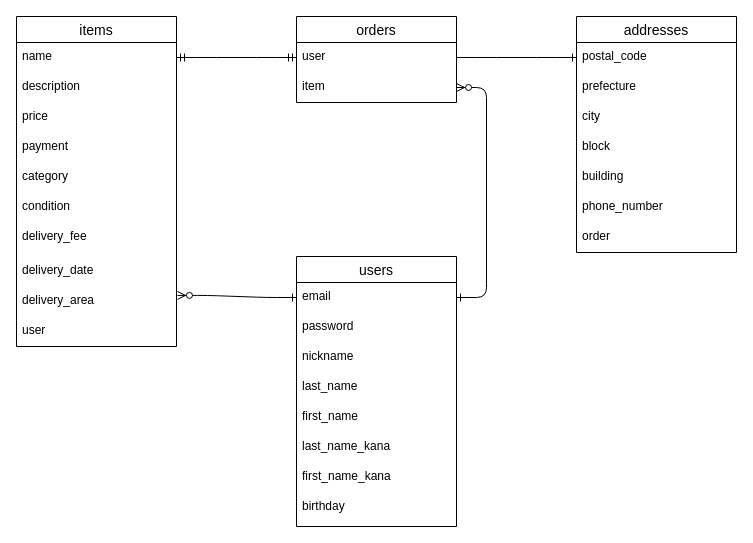
Earlier version of the draw.io diagram furima-39779.dio (cloudygraysky/furima-39779). Source tidied: cells renumbered, new cells numbered last; positions are measured from the earlier drawing's top-left corner, leaving out a move shared by most shapes. Both pictures are drawn from the tidied source at 100%, with x=0, y=0 at pixel (16, 16).
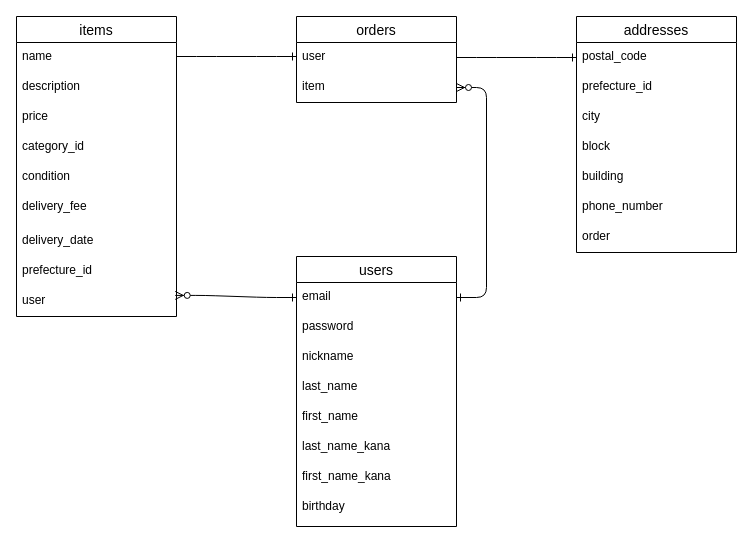
After the change.

Commit message (it also covers changes not shown here):
データベース設計修正01

Unchanged cells that the change refers to:
```xml
<mxCell id="3" value="email" style="text;strokeColor=none;fillColor=none;spacingLeft=4;spacingRight=4;overflow=hidden;points=[[0,0.5],[1,0.5]];portConstraint=eastwest;fontSize=12;" parent="2" vertex="1">
  <mxGeometry y="26" width="160" height="30" as="geometry" />
</mxCell>
<mxCell id="12" value="user" style="text;strokeColor=none;fillColor=none;spacingLeft=4;spacingRight=4;overflow=hidden;points=[[0,0.5],[1,0.5]];portConstraint=eastwest;fontSize=12;" parent="11" vertex="1">
  <mxGeometry y="26" width="160" height="30" as="geometry" />
</mxCell>
<mxCell id="15" value="name" style="text;strokeColor=none;fillColor=none;spacingLeft=4;spacingRight=4;overflow=hidden;points=[[0,0.5],[1,0.5]];portConstraint=eastwest;fontSize=12;" parent="14" vertex="1">
  <mxGeometry y="26" width="160" height="30" as="geometry" />
</mxCell>
<mxCell id="25" value="addresses" style="swimlane;fontStyle=0;horizontal=1;startSize=26;align=center;fontSize=14;" parent="1" vertex="1">
  <mxGeometry x="560" width="160" height="236" as="geometry" />
</mxCell>
<mxCell id="26" value="postal_code" style="text;strokeColor=none;fillColor=none;spacingLeft=4;spacingRight=4;overflow=hidden;points=[[0,0.5],[1,0.5]];portConstraint=eastwest;fontSize=12;" parent="25" vertex="1">
  <mxGeometry y="26" width="160" height="30" as="geometry" />
</mxCell>
```

Diff of the diagram source:
```diff
@@
     <mxCell id="14" value="items" style="swimlane;fontStyle=0;horizontal=1;startSize=26;align=center;fontSize=14;" parent="1" vertex="1">
-      <mxGeometry width="160" height="330" as="geometry" />
+      <mxGeometry width="160" height="300" as="geometry" />
     </mxCell>
@@
-    <mxCell id="18" value="payment" style="text;strokeColor=none;fillColor=none;spacingLeft=4;spacingRight=4;overflow=hidden;fontSize=12;" parent="14" vertex="1">
-      <mxGeometry y="116" width="160" height="30" as="geometry" />
-    </mxCell>
-    <mxCell id="19" value="category" style="text;strokeColor=none;fillColor=none;spacingLeft=4;spacingRight=4;overflow=hidden;fontSize=12;" parent="14" vertex="1">
-      <mxGeometry y="146" width="160" height="30" as="geometry" />
+    <mxCell id="19" value="category_id" style="text;strokeColor=none;fillColor=none;spacingLeft=4;spacingRight=4;overflow=hidden;fontSize=12;" parent="14" vertex="1">
+      <mxGeometry y="116" width="160" height="30" as="geometry" />
     </mxCell>
     <mxCell id="20" value="condition" style="text;strokeColor=none;fillColor=none;spacingLeft=4;spacingRight=4;overflow=hidden;fontSize=12;" parent="14" vertex="1">
-      <mxGeometry y="176" width="160" height="30" as="geometry" />
+      <mxGeometry y="146" width="160" height="30" as="geometry" />
     </mxCell>
     <mxCell id="21" value="delivery_fee" style="text;strokeColor=none;fillColor=none;spacingLeft=4;spacingRight=4;overflow=hidden;fontSize=12;" parent="14" vertex="1">
-      <mxGeometry y="206" width="160" height="34" as="geometry" />
+      <mxGeometry y="176" width="160" height="34" as="geometry" />
     </mxCell>
     <mxCell id="22" value="delivery_date" style="text;strokeColor=none;fillColor=none;spacingLeft=4;spacingRight=4;overflow=hidden;fontSize=12;" parent="14" vertex="1">
-      <mxGeometry y="240" width="160" height="30" as="geometry" />
+      <mxGeometry y="210" width="160" height="30" as="geometry" />
     </mxCell>
-    <mxCell id="23" value="delivery_area" style="text;strokeColor=none;fillColor=none;spacingLeft=4;spacingRight=4;overflow=hidden;points=[[0,0.5],[1,0.5]];portConstraint=eastwest;fontSize=12;" parent="14" vertex="1">
-      <mxGeometry y="270" width="160" height="30" as="geometry" />
+    <mxCell id="23" value="prefecture_id" style="text;strokeColor=none;fillColor=none;spacingLeft=4;spacingRight=4;overflow=hidden;points=[[0,0.5],[1,0.5]];portConstraint=eastwest;fontSize=12;" parent="14" vertex="1">
+      <mxGeometry y="240" width="160" height="30" as="geometry" />
     </mxCell>
     <mxCell id="24" value="user" style="text;strokeColor=none;fillColor=none;spacingLeft=4;spacingRight=4;overflow=hidden;points=[[0,0.5],[1,0.5]];portConstraint=eastwest;fontSize=12;" parent="14" vertex="1">
-      <mxGeometry y="300" width="160" height="30" as="geometry" />
+      <mxGeometry y="270" width="160" height="30" as="geometry" />
     </mxCell>
@@
-    <mxCell id="27" value="prefecture" style="text;strokeColor=none;fillColor=none;spacingLeft=4;spacingRight=4;overflow=hidden;fontSize=12;" parent="25" vertex="1">
+    <mxCell id="27" value="prefecture_id" style="text;strokeColor=none;fillColor=none;spacingLeft=4;spacingRight=4;overflow=hidden;fontSize=12;" parent="25" vertex="1">
       <mxGeometry y="56" width="160" height="30" as="geometry" />
     </mxCell>
@@
-    <mxCell id="33" style="edgeStyle=entityRelationEdgeStyle;endArrow=ERzeroToMany;startArrow=ERone;endFill=1;startFill=0;entryX=1.006;entryY=0.297;entryDx=0;entryDy=0;entryPerimeter=0;exitX=0;exitY=0.5;exitDx=0;exitDy=0;" parent="1" edge="1" source="3" target="23">
+    <mxCell id="33" style="edgeStyle=entityRelationEdgeStyle;endArrow=ERzeroToMany;startArrow=ERone;endFill=1;startFill=0;entryX=0.992;entryY=0.297;entryDx=0;entryDy=0;entryPerimeter=0;exitX=0;exitY=0.5;exitDx=0;exitDy=0;" parent="1" edge="1" source="3" target="24">
       <mxGeometry relative="1" as="geometry" />
     </mxCell>
-    <mxCell id="34" style="edgeStyle=entityRelationEdgeStyle;fontSize=12;html=1;endArrow=ERmandOne;startArrow=ERmandOne;exitX=1;exitY=0.5;exitDx=0;exitDy=0;entryX=0;entryY=0.5;entryDx=0;entryDy=0;" parent="1" edge="1" source="15" target="12">
-      <mxGeometry relative="1" as="geometry" />
-    </mxCell>
@@
-    <mxCell id="36" style="edgeStyle=entityRelationEdgeStyle;fontSize=12;html=1;endArrow=ERone;endFill=1;entryX=0;entryY=0.5;entryDx=0;entryDy=0;exitX=1;exitY=0.5;exitDx=0;exitDy=0;" parent="1" edge="1" source="12" target="26">
+    <mxCell id="36" style="edgeStyle=entityRelationEdgeStyle;fontSize=12;html=1;endArrow=ERone;endFill=1;exitX=1;exitY=0.5;exitDx=0;exitDy=0;entryX=0;entryY=0.5;entryDx=0;entryDy=0;" parent="1" edge="1" source="12" target="26">
       <mxGeometry relative="1" as="geometry" />
     </mxCell>
+    <mxCell id="37" style="edgeStyle=entityRelationEdgeStyle;fontSize=12;html=1;endArrow=ERone;endFill=1;" parent="1" edge="1">
+      <mxGeometry relative="1" as="geometry">
+        <mxPoint x="160" y="40" as="sourcePoint" />
+        <mxPoint x="280" y="40" as="targetPoint" />
+      </mxGeometry>
+    </mxCell>
```
